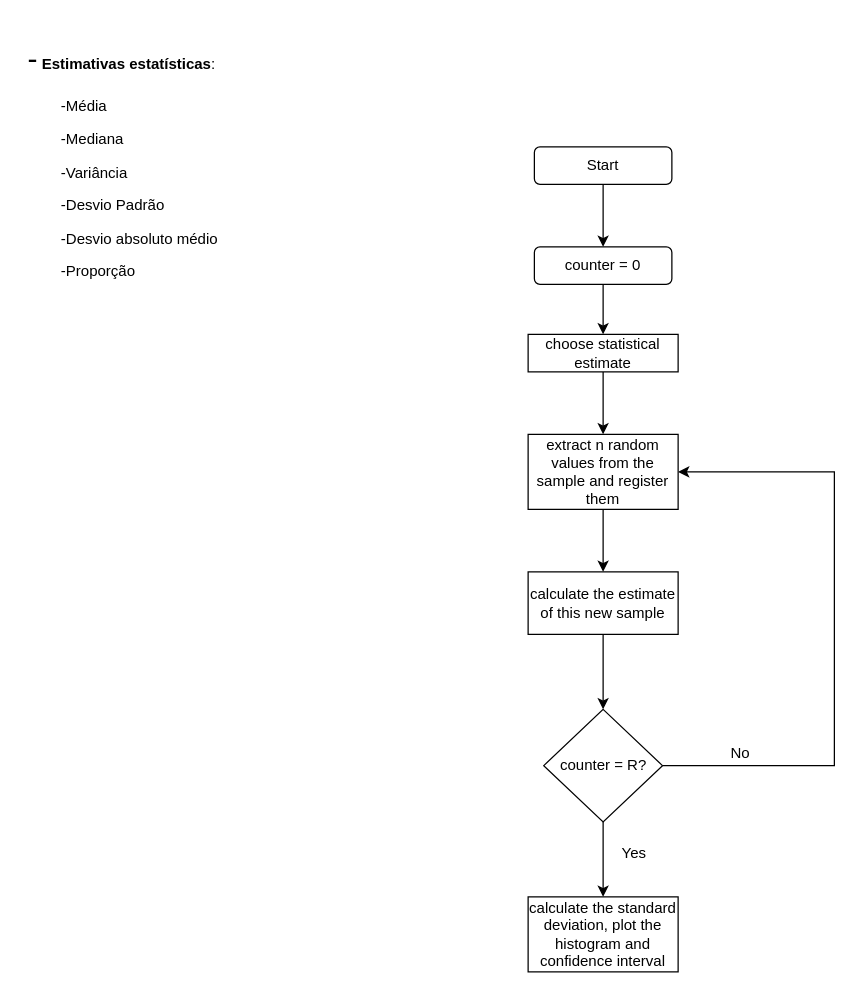
Before: Fluxogram.drawio in YuriSilv/Bootstrapping, a draw.io diagram. Source tidied: cells renumbered, new cells numbered last; positions are measured from the earlier drawing's top-left corner, leaving out a move shared by most shapes. Both pictures are drawn from the tidied source at 125%, with x=0, y=0 at pixel (21, 34).
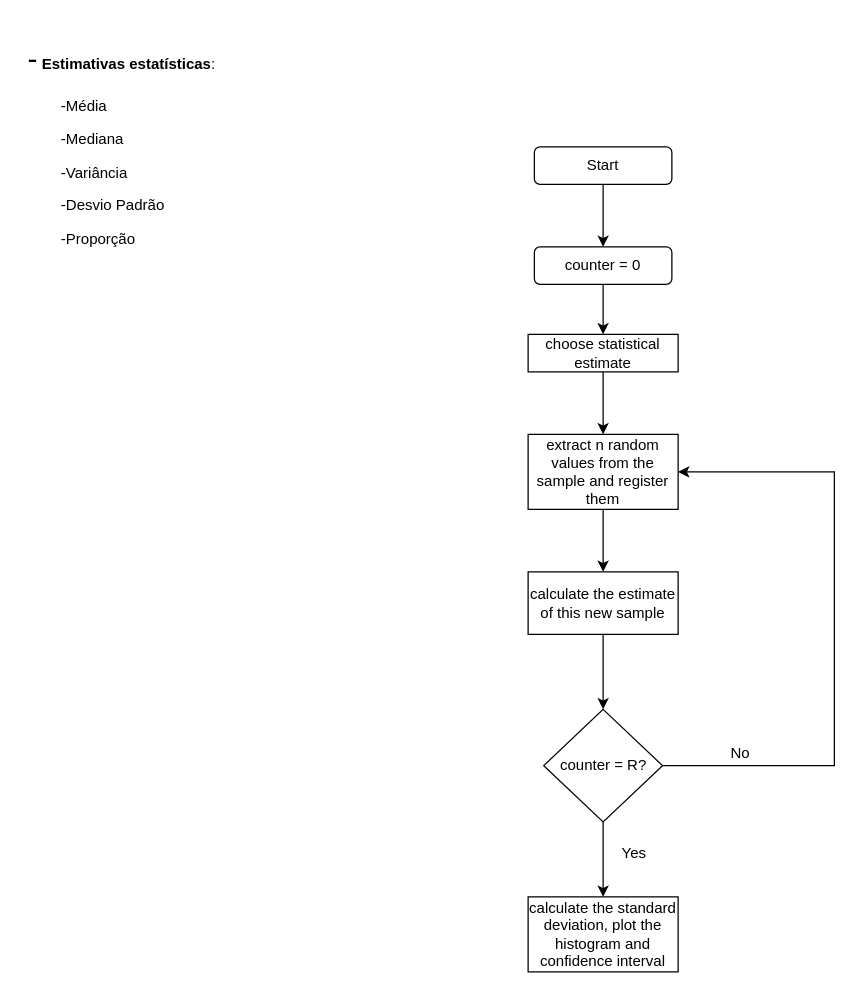
Above is the later version.

What changed in the source:
```diff
@@
-    <mxCell id="2" value="&lt;h1&gt;&lt;span style=&quot;font-weight: normal&quot;&gt;-&lt;/span&gt;&lt;span style=&quot;font-size: 12px ; font-weight: normal&quot;&gt;&amp;nbsp;&lt;/span&gt;&lt;b style=&quot;font-size: 12px&quot;&gt;Estimativas estatísticas&lt;/b&gt;&lt;span style=&quot;font-size: 12px ; font-weight: normal&quot;&gt;:&lt;/span&gt;&lt;br&gt;&lt;/h1&gt;&lt;p&gt;&lt;span style=&quot;white-space: pre&quot;&gt;&#9;&lt;/span&gt;-Média&lt;br&gt;&lt;/p&gt;&lt;p&gt;&lt;span style=&quot;white-space: pre&quot;&gt;&#9;&lt;/span&gt;&lt;span&gt;-Mediana&lt;/span&gt;&lt;br&gt;&lt;/p&gt;&lt;p&gt;&lt;span style=&quot;white-space: pre&quot;&gt;&#9;&lt;/span&gt;-Variância&lt;br&gt;&lt;/p&gt;&lt;p&gt;&lt;span style=&quot;white-space: pre&quot;&gt;&#9;&lt;/span&gt;-Desvio Padrão&lt;br&gt;&lt;/p&gt;&lt;p&gt;&lt;span style=&quot;white-space: pre&quot;&gt;&#9;&lt;/span&gt;-Desvio absoluto médio&lt;br&gt;&lt;/p&gt;&lt;p&gt;&lt;span style=&quot;white-space: pre&quot;&gt;&#9;&lt;/span&gt;&lt;span&gt;-Proporção&lt;/span&gt;&lt;br&gt;&lt;/p&gt;" style="text;html=1;strokeColor=none;fillColor=none;spacing=5;spacingTop=-20;whiteSpace=wrap;overflow=hidden;rounded=0;" parent="1" vertex="1">
+    <mxCell id="2" value="&lt;h1&gt;&lt;span style=&quot;font-weight: normal&quot;&gt;-&lt;/span&gt;&lt;span style=&quot;font-size: 12px ; font-weight: normal&quot;&gt;&amp;nbsp;&lt;/span&gt;&lt;b style=&quot;font-size: 12px&quot;&gt;Estimativas estatísticas&lt;/b&gt;&lt;span style=&quot;font-size: 12px ; font-weight: normal&quot;&gt;:&lt;/span&gt;&lt;br&gt;&lt;/h1&gt;&lt;p&gt;&lt;span style=&quot;white-space: pre&quot;&gt;&#9;&lt;/span&gt;-Média&lt;br&gt;&lt;/p&gt;&lt;p&gt;&lt;span style=&quot;white-space: pre&quot;&gt;&#9;&lt;/span&gt;&lt;span&gt;-Mediana&lt;/span&gt;&lt;br&gt;&lt;/p&gt;&lt;p&gt;&lt;span style=&quot;white-space: pre&quot;&gt;&#9;&lt;/span&gt;-Variância&lt;br&gt;&lt;/p&gt;&lt;p&gt;&lt;span style=&quot;white-space: pre&quot;&gt;&#9;&lt;/span&gt;-Desvio Padrão&lt;br&gt;&lt;/p&gt;&lt;p&gt;&lt;span style=&quot;white-space: pre&quot;&gt;&#9;&lt;/span&gt;&lt;span&gt;-Proporção&lt;/span&gt;&lt;br&gt;&lt;/p&gt;" style="text;html=1;strokeColor=none;fillColor=none;spacing=5;spacingTop=-20;whiteSpace=wrap;overflow=hidden;rounded=0;" parent="1" vertex="1">
       <mxGeometry width="350" height="500" as="geometry" />
     </mxCell>
```
